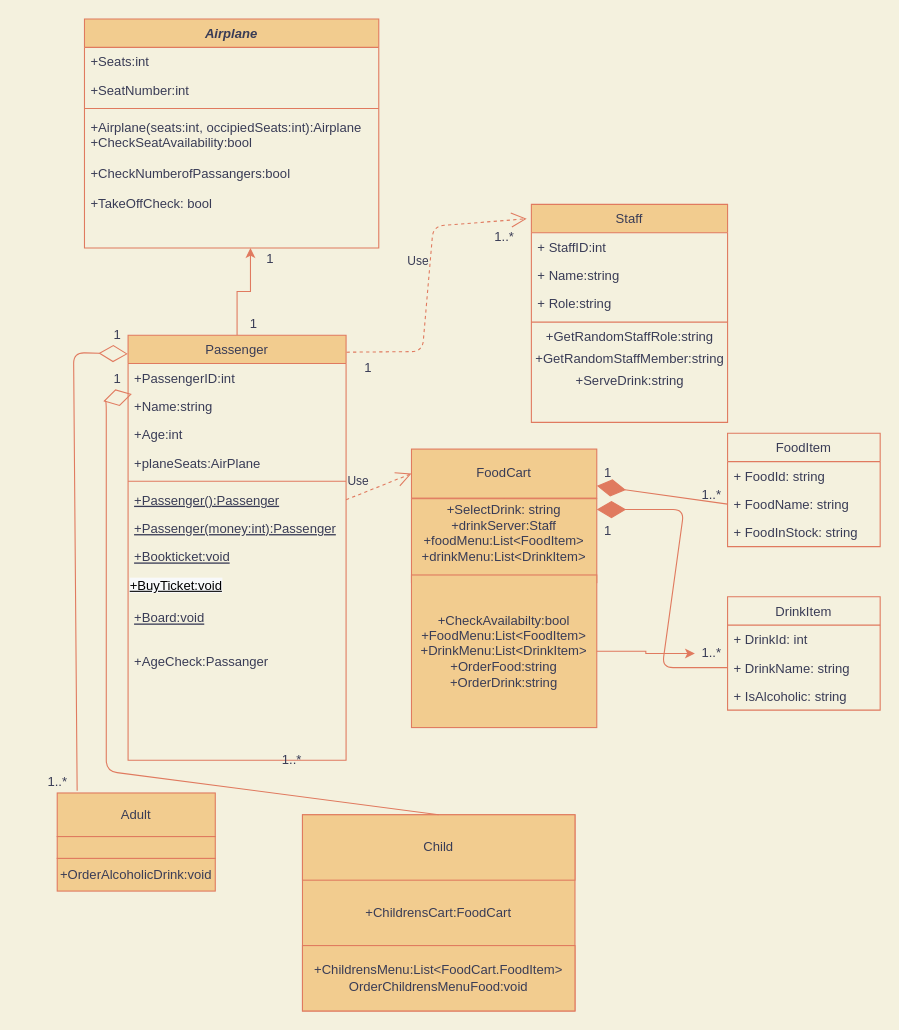
The draw.io diagram MjukvaruAnalys-inlUppg/Docs/ClassDiagram-Plane.drawio in david-karlsson/MjukvaruAnalys-inlUppg, before the edit. Source tidied: cells renumbered, new cells numbered last; positions are measured from the earlier drawing's top-left corner, leaving out a move shared by most shapes. Both pictures are drawn from the tidied source at 109%, with x=0, y=0 at pixel (40, 19).
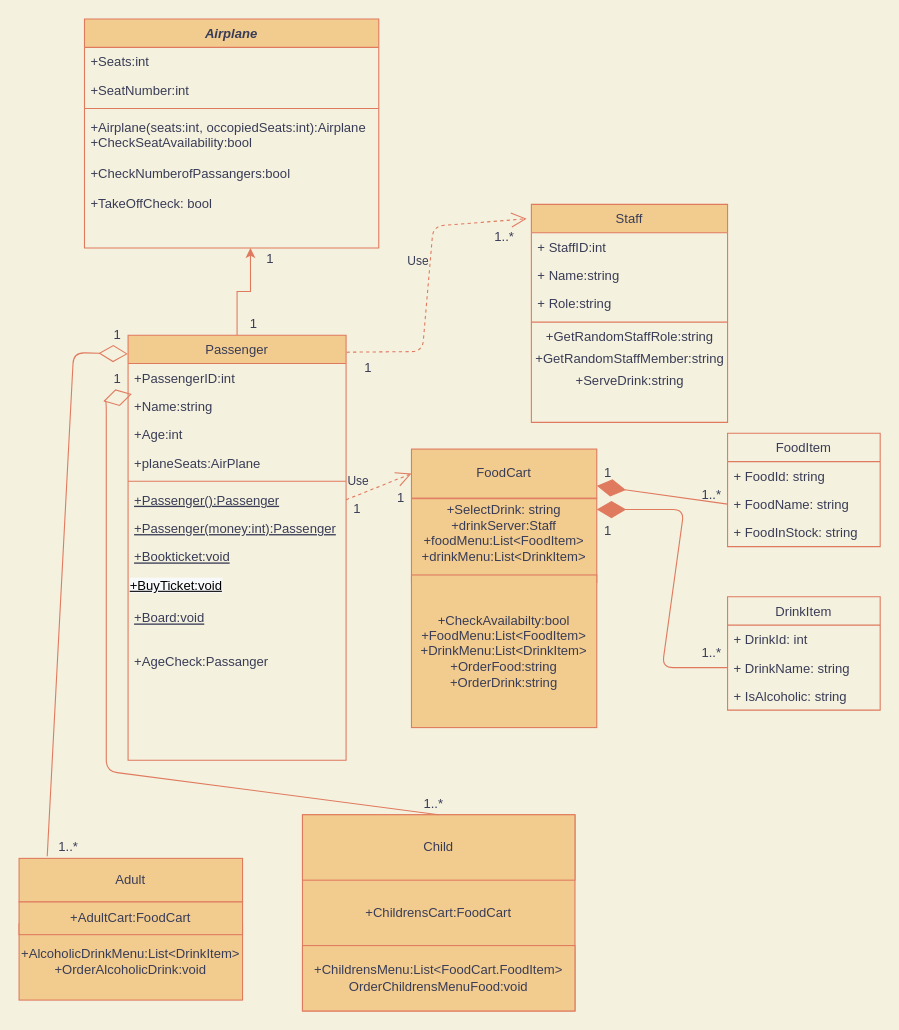
After the change.

Commit message (it also covers changes not shown here):
Added Alcoholic drink menu-list.

The change refers to these unchanged cells:
```xml
<mxCell id="2" value="Airplane" style="swimlane;fontStyle=3;align=center;verticalAlign=top;horizontal=1;startSize=26;rounded=0;shadow=0;strokeWidth=1;fillColor=#F2CC8F;strokeColor=#E07A5F;fontColor=#393C56;" parent="1" vertex="1">
  <mxGeometry x="40" width="270" height="210" as="geometry" />
</mxCell>
<mxCell id="31" value="+CheckAvailabilty:bool&lt;br&gt;+FoodMenu:List&amp;lt;FoodItem&amp;gt;&lt;br&gt;+DrinkMenu:List&amp;lt;DrinkItem&amp;gt;&lt;br&gt;&lt;span style=&quot;text-align: left&quot;&gt;+OrderFood:string&lt;/span&gt;&lt;br style=&quot;padding: 0px ; margin: 0px ; text-align: left&quot;&gt;&lt;span style=&quot;text-align: left&quot;&gt;+OrderDrink:string&lt;/span&gt;" style="rounded=0;whiteSpace=wrap;html=1;fillColor=#F2CC8F;strokeColor=#E07A5F;fontColor=#393C56;" parent="1" vertex="1">
  <mxGeometry x="340" y="510" width="170" height="140" as="geometry" />
</mxCell>
<mxCell id="54" value="1..*" style="text;html=1;align=center;verticalAlign=middle;points=[];fontColor=#393C56;" parent="1" vertex="1">
  <mxGeometry x="600" y="572" width="30" height="20" as="geometry" />
</mxCell>
```

The edit, as a diff of the source:
```diff
@@
-    <mxCell id="6" value="+Airplane(seats:int, occipiedSeats:int):Airplane &#10;+CheckSeatAvailability:bool&#10;&#10;+CheckNumberofPassangers:bool&#10; &#10;+TakeOffCheck: bool" style="text;align=left;verticalAlign=top;spacingLeft=4;spacingRight=4;overflow=hidden;points=[[0,0.5],[1,0.5]];portConstraint=eastwest;fontColor=#393C56;" parent="2" vertex="1">
+    <mxCell id="6" value="+Airplane(seats:int, occopiedSeats:int):Airplane &#10;+CheckSeatAvailability:bool&#10;&#10;+CheckNumberofPassangers:bool&#10; &#10;+TakeOffCheck: bool" style="text;align=left;verticalAlign=top;spacingLeft=4;spacingRight=4;overflow=hidden;points=[[0,0.5],[1,0.5]];portConstraint=eastwest;fontColor=#393C56;" parent="2" vertex="1">
       <mxGeometry y="86" width="270" height="124" as="geometry" />
     </mxCell>
@@
     <mxCell id="24" value="Adult" style="rounded=0;whiteSpace=wrap;html=1;fillColor=#F2CC8F;strokeColor=#E07A5F;fontColor=#393C56;" parent="1" vertex="1">
-      <mxGeometry x="15" y="710" width="145" height="40" as="geometry" />
+      <mxGeometry x="-20" y="770" width="205" height="40" as="geometry" />
     </mxCell>
@@
-    <mxCell id="30" style="edgeStyle=orthogonalEdgeStyle;rounded=0;jettySize=auto;html=1;strokeColor=#E07A5F;fontColor=#393C56;labelBackgroundColor=#F4F1DE;" parent="1" edge="1" source="31" target="54">
-      <mxGeometry relative="1" as="geometry" />
-    </mxCell>
@@
-    <mxCell id="50" value="+OrderAlcoholicDrink:void" style="rounded=0;whiteSpace=wrap;html=1;fillColor=#F2CC8F;strokeColor=#E07A5F;fontColor=#393C56;" parent="1" vertex="1">
-      <mxGeometry x="15" y="770" width="145" height="30" as="geometry" />
+    <mxCell id="50" value="+AlcoholicDrinkMenu:List&amp;lt;DrinkItem&amp;gt;&lt;br&gt;+OrderAlcoholicDrink:void" style="rounded=0;whiteSpace=wrap;html=1;fillColor=#F2CC8F;strokeColor=#E07A5F;fontColor=#393C56;" parent="1" vertex="1">
+      <mxGeometry x="-20" y="830" width="205" height="70" as="geometry" />
     </mxCell>
-    <mxCell id="51" style="rounded=0;whiteSpace=wrap;html=1;fillColor=#F2CC8F;strokeColor=#E07A5F;fontColor=#393C56;" parent="1" vertex="1">
-      <mxGeometry x="15" y="750" width="145" height="20" as="geometry" />
+    <mxCell id="51" value="+AdultCart:FoodCart" style="rounded=0;whiteSpace=wrap;html=1;fillColor=#F2CC8F;strokeColor=#E07A5F;fontColor=#393C56;" parent="1" vertex="1">
+      <mxGeometry x="-20" y="810" width="205" height="30" as="geometry" />
     </mxCell>
@@
-    <mxCell id="60" value="1..*" style="text;html=1;align=center;verticalAlign=middle;fontColor=#393C56;" parent="1" vertex="1">
-      <mxGeometry x="215" y="670" width="30" height="20" as="geometry" />
-    </mxCell>
     <mxCell id="61" value="1..*" style="text;html=1;align=center;verticalAlign=middle;fontColor=#393C56;" parent="1" vertex="1">
-      <mxGeometry y="690" width="30" height="20" as="geometry" />
+      <mxGeometry x="10" y="750" width="30" height="20" as="geometry" />
     </mxCell>
@@
+    <mxCell id="60" value="1..*" style="text;html=1;align=center;verticalAlign=middle;fontColor=#393C56;" parent="1" vertex="1">
+      <mxGeometry x="260" y="710" width="200" height="20" as="geometry" />
+    </mxCell>
+    <mxCell id="65" value="1" style="text;html=1;align=center;verticalAlign=middle;fontColor=#393C56;" parent="1" vertex="1">
+      <mxGeometry x="280" y="440" width="20" height="20" as="geometry" />
+    </mxCell>
+    <mxCell id="66" value="1" style="text;html=1;align=center;verticalAlign=middle;fontColor=#393C56;" parent="1" vertex="1">
+      <mxGeometry x="320" y="430" width="20" height="20" as="geometry" />
+    </mxCell>
```
